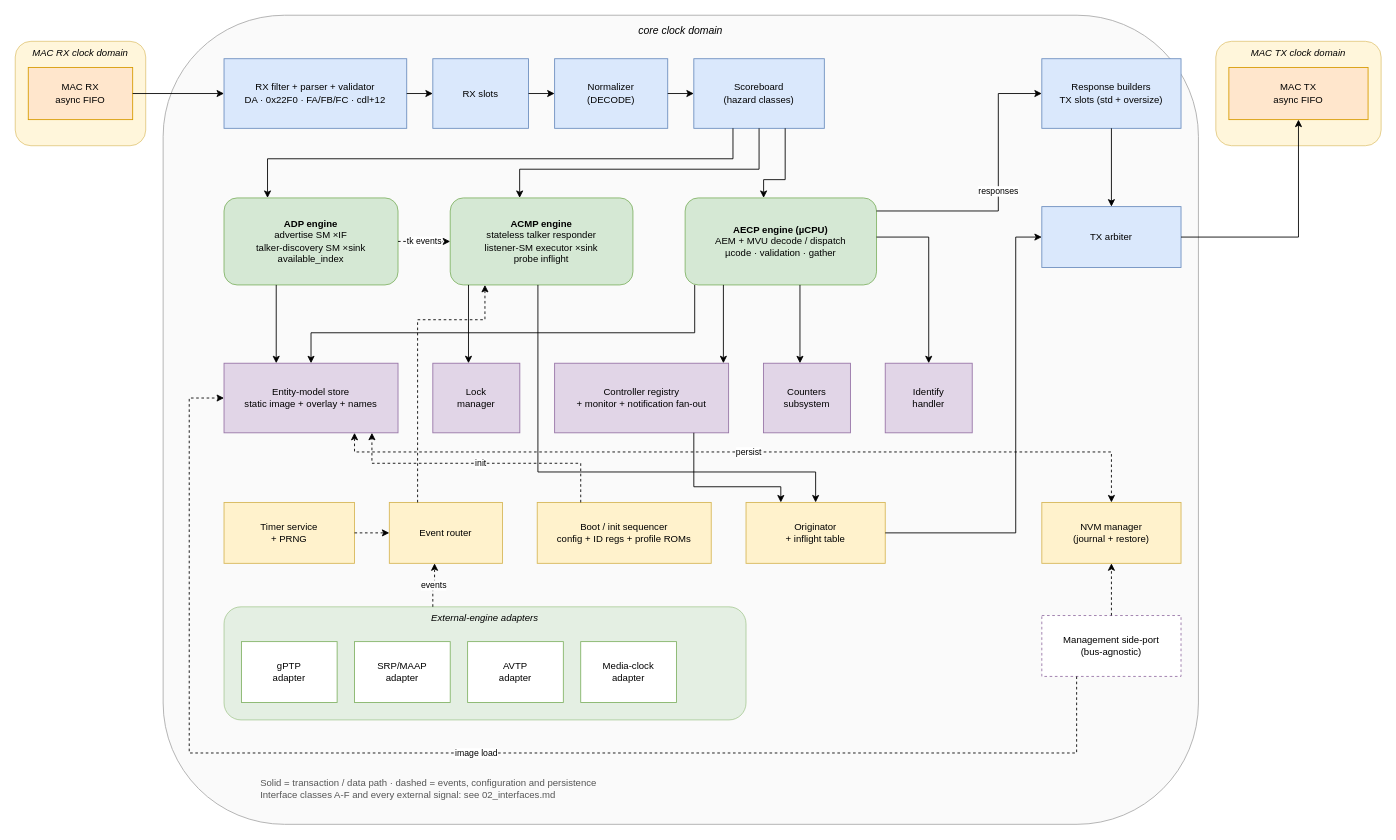
The draw.io diagram docs/diagrams/src/01-top-level.drawio in Mister-M-alt/protocol-processor-control-plane-avb-milan, before the edit. Source tidied: cells renumbered, new cells numbered last; positions are measured from the earlier drawing's top-left corner, leaving out a move shared by most shapes. Both pictures are drawn from the tidied source at 87%, with x=0, y=0 at pixel (15, 15).
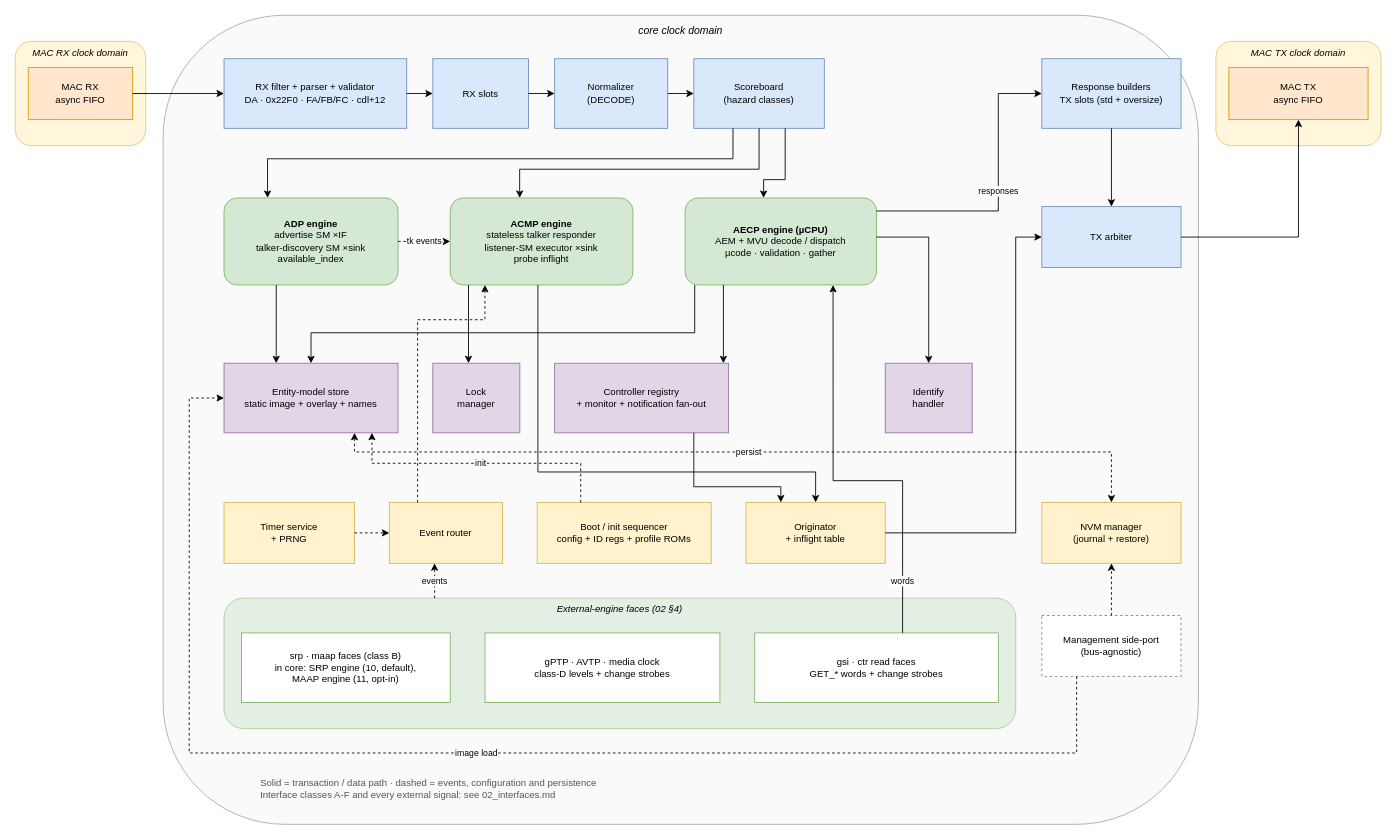
The same diagram, later.

Commit message (it also covers changes not shown here):
Redraw F01.1, F01.2 and F03.1 to the landed top: no counter block or bank, no gPTP, AVTP or media-clock adapter, the faces of 02 §4

Unchanged cells that the change refers to:
```xml
<mxCell id="15" value="&lt;b&gt;AECP engine (µCPU)&lt;/b&gt;&#10;AEM + MVU decode / dispatch&#10;µcode · validation · gather" style="rounded=1;whiteSpace=wrap;html=1;fillColor=#d5e8d4;strokeColor=#82b366;fontSize=11;" parent="1" vertex="1">
  <mxGeometry x="770" y="210" width="220" height="100" as="geometry" />
</mxCell>
<mxCell id="22" value="Event router" style="rounded=0;whiteSpace=wrap;html=1;fillColor=#fff2cc;strokeColor=#d6b656;fontSize=11;" parent="1" vertex="1">
  <mxGeometry x="430" y="560" width="130" height="70" as="geometry" />
</mxCell>
```

Change to the diagram source:
```diff
@@
-    <mxCell id="19" value="Counters&#10;subsystem" style="rounded=0;whiteSpace=wrap;html=1;fillColor=#e1d5e7;strokeColor=#9673a6;fontSize=11;" parent="1" vertex="1">
-      <mxGeometry x="860" y="400" width="100" height="80" as="geometry" />
-    </mxCell>
@@
-    <mxCell id="25" value="External-engine adapters" style="rounded=1;whiteSpace=wrap;html=1;fillColor=#d5e8d4;strokeColor=#82b366;verticalAlign=top;fontStyle=2;fontSize=11;opacity=60;" parent="1" vertex="1">
-      <mxGeometry x="240" y="680" width="600" height="130" as="geometry" />
-    </mxCell>
-    <mxCell id="26" value="gPTP&#10;adapter" style="rounded=0;whiteSpace=wrap;html=1;fillColor=#ffffff;strokeColor=#82b366;fontSize=11;" parent="1" vertex="1">
-      <mxGeometry x="260" y="720" width="110" height="70" as="geometry" />
-    </mxCell>
-    <mxCell id="27" value="SRP/MAAP&#10;adapter" style="rounded=0;whiteSpace=wrap;html=1;fillColor=#ffffff;strokeColor=#82b366;fontSize=11;" parent="1" vertex="1">
-      <mxGeometry x="390" y="720" width="110" height="70" as="geometry" />
-    </mxCell>
-    <mxCell id="28" value="AVTP&#10;adapter" style="rounded=0;whiteSpace=wrap;html=1;fillColor=#ffffff;strokeColor=#82b366;fontSize=11;" parent="1" vertex="1">
-      <mxGeometry x="520" y="720" width="110" height="70" as="geometry" />
-    </mxCell>
-    <mxCell id="29" value="Media-clock&#10;adapter" style="rounded=0;whiteSpace=wrap;html=1;fillColor=#ffffff;strokeColor=#82b366;fontSize=11;" parent="1" vertex="1">
-      <mxGeometry x="650" y="720" width="110" height="70" as="geometry" />
-    </mxCell>
+    <mxCell id="60" value="External-engine faces (02 §4)" style="rounded=1;whiteSpace=wrap;html=1;fillColor=#d5e8d4;strokeColor=#82b366;verticalAlign=top;fontStyle=2;fontSize=11;opacity=60;" parent="1" vertex="1">
+      <mxGeometry x="240" y="670" width="910" height="150" as="geometry" />
+    </mxCell>
+    <mxCell id="61" value="srp · maap faces (class B)&#10;in core: SRP engine (10, default),&#10;MAAP engine (11, opt-in)" style="rounded=0;whiteSpace=wrap;html=1;fillColor=#ffffff;strokeColor=#82b366;fontSize=11;" parent="1" vertex="1">
+      <mxGeometry x="260" y="710" width="240" height="80" as="geometry" />
+    </mxCell>
+    <mxCell id="62" value="gPTP · AVTP · media clock&#10;class-D levels + change strobes" style="rounded=0;whiteSpace=wrap;html=1;fillColor=#ffffff;strokeColor=#82b366;fontSize=11;" parent="1" vertex="1">
+      <mxGeometry x="540" y="710" width="270" height="80" as="geometry" />
+    </mxCell>
+    <mxCell id="63" value="gsi · ctr read faces&#10;GET_* words + change strobes" style="rounded=0;whiteSpace=wrap;html=1;fillColor=#ffffff;strokeColor=#82b366;fontSize=11;" parent="1" vertex="1">
+      <mxGeometry x="850" y="710" width="280" height="80" as="geometry" />
+    </mxCell>
@@
-    <mxCell id="46" style="edgeStyle=orthogonalEdgeStyle;rounded=0;html=1;exitX=0.6;exitY=1;exitDx=0;exitDy=0;entryX=0.42;entryY=0;entryDx=0;entryDy=0;" parent="1" edge="1" source="15" target="19">
-      <mxGeometry relative="1" as="geometry" />
+    <mxCell id="46" value="words" style="edgeStyle=orthogonalEdgeStyle;rounded=0;html=1;fontSize=10;labelBackgroundColor=#ffffff;exitX=0.607;exitY=0;exitDx=0;exitDy=0;entryX=0.773;entryY=1;entryDx=0;entryDy=0;" parent="1" edge="1" source="63" target="15">
+      <mxGeometry x="-0.75" relative="1" as="geometry">
+        <Array as="points">
+          <mxPoint x="1020" y="535" />
+          <mxPoint x="940" y="535" />
+        </Array>
+      </mxGeometry>
     </mxCell>
@@
-    <mxCell id="54" value="events" style="edgeStyle=orthogonalEdgeStyle;rounded=0;html=1;dashed=1;fontSize=10;labelBackgroundColor=#ffffff;exitX=0.4;exitY=0;exitDx=0;exitDy=0;entryX=0.4;entryY=1;entryDx=0;entryDy=0;" parent="1" edge="1" source="25" target="22">
+    <mxCell id="54" value="events" style="edgeStyle=orthogonalEdgeStyle;rounded=0;html=1;dashed=1;fontSize=10;labelBackgroundColor=#ffffff;exitX=0.266;exitY=0;exitDx=0;exitDy=0;entryX=0.4;entryY=1;entryDx=0;entryDy=0;" parent="1" edge="1" source="60" target="22">
       <mxGeometry relative="1" as="geometry" />
     </mxCell>
```
